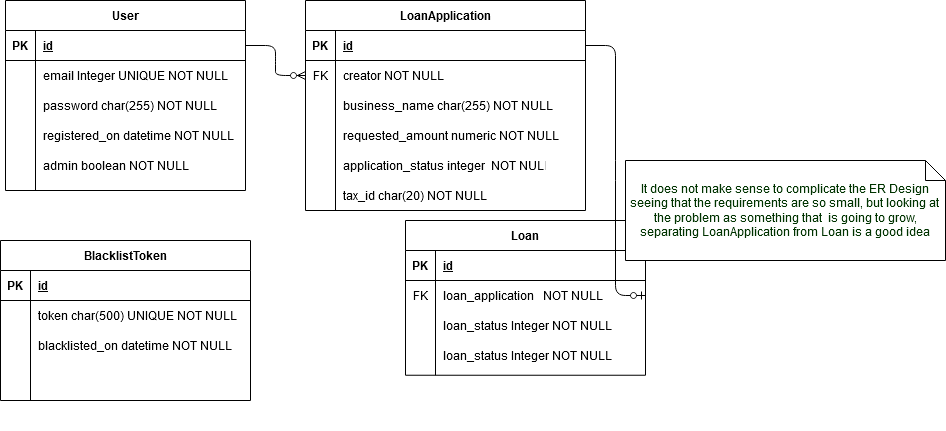
The draw.io diagram diagrams/jdloans-ERDiagram.png in civilian/ldloans, before a commit. Source tidied: cells renumbered, new cells last; positions are measured from the earlier drawing's top-left corner, leaving out a move shared by most shapes.
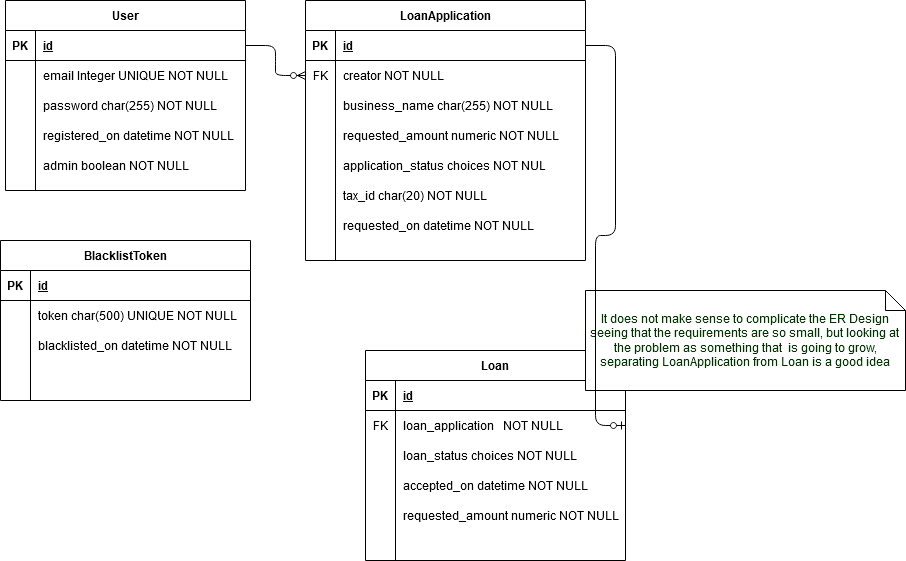
The same diagram one commit later.

What changed in the source:
```diff
@@ -78,10 +78,10 @@
       <mxGeometry x="30" y="150" width="210" height="30" as="geometry" />
     </mxCell>
     <mxCell id="27" style="group;" parent="1" vertex="1">
-      <mxGeometry x="305" width="280" height="210" as="geometry" />
+      <mxGeometry x="305" width="280" height="290" as="geometry" />
     </mxCell>
     <mxCell id="28" value="LoanApplication" style="shape=table;startSize=30;rowLines=0;fontStyle=1;align=center;" parent="27" vertex="1">
-      <mxGeometry width="280" height="210" as="geometry" />
+      <mxGeometry width="280" height="260" as="geometry" />
     </mxCell>
     <mxCell id="29" style="shape=partialRectangle;fillColor=none;top=0;left=0;bottom=1;right=0;points=[[0,0.5],[1,0.5]];portConstraint=eastwest;" parent="28" vertex="1">
       <mxGeometry y="30" width="280" height="30" as="geometry" />
@@ -119,54 +119,60 @@
     <mxCell id="40" value="requested_amount numeric NOT NULL" style="shape=partialRectangle;fillColor=none;top=0;left=0;bottom=0;right=0;align=left;spacingLeft=6;overflow=hidden;" parent="38" vertex="1">
       <mxGeometry x="30" width="250" height="30" as="geometry" />
     </mxCell>
-    <mxCell id="41" value="application_status integer  NOT NULL" style="shape=partialRectangle;fillColor=none;top=0;left=0;bottom=0;right=0;align=left;spacingLeft=6;overflow=hidden;" parent="27" vertex="1">
+    <mxCell id="41" value="application_status choices NOT NULL" style="shape=partialRectangle;fillColor=none;top=0;left=0;bottom=0;right=0;align=left;spacingLeft=6;overflow=hidden;" parent="27" vertex="1">
       <mxGeometry x="30" y="150" width="210" height="30" as="geometry" />
     </mxCell>
     <mxCell id="42" value="tax_id char(20) NOT NULL" style="shape=partialRectangle;fillColor=none;top=0;left=0;bottom=0;right=0;align=left;spacingLeft=6;overflow=hidden;" parent="27" vertex="1">
       <mxGeometry x="30" y="180" width="250" height="30" as="geometry" />
     </mxCell>
+    <mxCell id="60" value="requested_on datetime NOT NULL" style="shape=partialRectangle;fillColor=none;top=0;left=0;bottom=0;right=0;align=left;spacingLeft=6;overflow=hidden;" parent="27" vertex="1">
+      <mxGeometry x="30" y="210" width="220" height="30" as="geometry" />
+    </mxCell>
     <mxCell id="43" style="group;" parent="1" vertex="1">
-      <mxGeometry x="405" y="170" width="540" height="260" as="geometry" />
+      <mxGeometry x="365" y="300" width="540" height="260" as="geometry" />
     </mxCell>
     <mxCell id="44" style="group;" parent="43" vertex="1">
       <mxGeometry y="-10" width="540" height="270" as="geometry" />
     </mxCell>
     <mxCell id="45" style="group;" parent="44" vertex="1">
-      <mxGeometry y="60" width="240" height="210" as="geometry" />
+      <mxGeometry y="60" width="280" height="210" as="geometry" />
     </mxCell>
     <mxCell id="46" value="Loan" style="shape=table;startSize=30;rowLines=0;fontStyle=1;align=center;" parent="45" vertex="1">
-      <mxGeometry width="240" height="154.7" as="geometry" />
+      <mxGeometry width="260" height="210" as="geometry" />
     </mxCell>
     <mxCell id="47" style="shape=partialRectangle;fillColor=none;top=0;left=0;bottom=1;right=0;" parent="46" vertex="1">
-      <mxGeometry y="30" width="240" height="30" as="geometry" />
+      <mxGeometry y="30" width="260" height="30" as="geometry" />
     </mxCell>
     <mxCell id="48" value="PK" style="shape=partialRectangle;fillColor=none;top=0;left=0;bottom=0;right=0;fontStyle=1;overflow=hidden;" parent="47" vertex="1">
       <mxGeometry width="30" height="30" as="geometry" />
     </mxCell>
     <mxCell id="49" value="id" style="shape=partialRectangle;fillColor=none;top=0;left=0;bottom=0;right=0;align=left;spacingLeft=6;fontStyle=5;overflow=hidden;" parent="47" vertex="1">
-      <mxGeometry x="30" width="210" height="30" as="geometry" />
+      <mxGeometry x="30" width="230" height="30" as="geometry" />
     </mxCell>
     <mxCell id="50" style="shape=partialRectangle;fillColor=none;top=0;left=0;bottom=0;right=0;points=[[0,0.5],[1,0.5]];portConstraint=eastwest;" parent="46" vertex="1">
-      <mxGeometry y="60" width="240" height="30" as="geometry" />
+      <mxGeometry y="60" width="260" height="30" as="geometry" />
     </mxCell>
     <mxCell id="51" value="FK" style="shape=partialRectangle;fillColor=none;top=0;left=0;bottom=0;right=0;overflow=hidden;" parent="50" vertex="1">
       <mxGeometry width="30" height="30" as="geometry" />
     </mxCell>
     <mxCell id="52" value="loan_application   NOT NULL" style="shape=partialRectangle;fillColor=none;top=0;left=0;bottom=0;right=0;align=left;spacingLeft=6;overflow=hidden;" parent="50" vertex="1">
-      <mxGeometry x="30" width="210" height="30" as="geometry" />
+      <mxGeometry x="30" width="230" height="30" as="geometry" />
     </mxCell>
     <mxCell id="53" style="shape=partialRectangle;fillColor=none;top=0;left=0;bottom=0;right=0;" parent="46" vertex="1">
-      <mxGeometry y="90" width="240" height="30" as="geometry" />
+      <mxGeometry y="90" width="260" height="30" as="geometry" />
     </mxCell>
     <mxCell id="54" style="shape=partialRectangle;fillColor=none;top=0;left=0;bottom=0;right=0;overflow=hidden;" parent="53" vertex="1">
       <mxGeometry width="30" height="30" as="geometry" />
     </mxCell>
-    <mxCell id="55" value="loan_status Integer NOT NULL" style="shape=partialRectangle;fillColor=none;top=0;left=0;bottom=0;right=0;align=left;spacingLeft=6;overflow=hidden;" parent="53" vertex="1">
-      <mxGeometry x="30" width="210" height="30" as="geometry" />
+    <mxCell id="55" value="loan_status choices NOT NULL" style="shape=partialRectangle;fillColor=none;top=0;left=0;bottom=0;right=0;align=left;spacingLeft=6;overflow=hidden;" parent="53" vertex="1">
+      <mxGeometry x="30" width="230" height="30" as="geometry" />
     </mxCell>
-    <mxCell id="56" value="loan_status Integer NOT NULL" style="shape=partialRectangle;fillColor=none;top=0;left=0;bottom=0;right=0;align=left;spacingLeft=6;overflow=hidden;" parent="45" vertex="1">
+    <mxCell id="56" value="accepted_on datetime NOT NULL" style="shape=partialRectangle;fillColor=none;top=0;left=0;bottom=0;right=0;align=left;spacingLeft=6;overflow=hidden;" parent="45" vertex="1">
       <mxGeometry x="30" y="120" width="210" height="30" as="geometry" />
     </mxCell>
+    <mxCell id="61" value="requested_amount numeric NOT NULL" style="shape=partialRectangle;fillColor=none;top=0;left=0;bottom=0;right=0;align=left;spacingLeft=6;overflow=hidden;" parent="45" vertex="1">
+      <mxGeometry x="30" y="150" width="250" height="30" as="geometry" />
+    </mxCell>
     <mxCell id="57" value="&lt;div&gt;It does not make sense to complicate the ER Design &lt;br&gt;&lt;/div&gt;&lt;div&gt;seeing that the requirements are so small, but looking at &lt;br&gt;&lt;/div&gt;&lt;div&gt;the problem as something that&amp;nbsp; is going to grow, separating LoanApplication from Loan is a good idea&lt;/div&gt;" style="shape=note;size=20;whiteSpace=wrap;html=1;fontColor=#003300;" parent="44" vertex="1">
       <mxGeometry x="220" width="320" height="100" as="geometry" />
     </mxCell>
```
